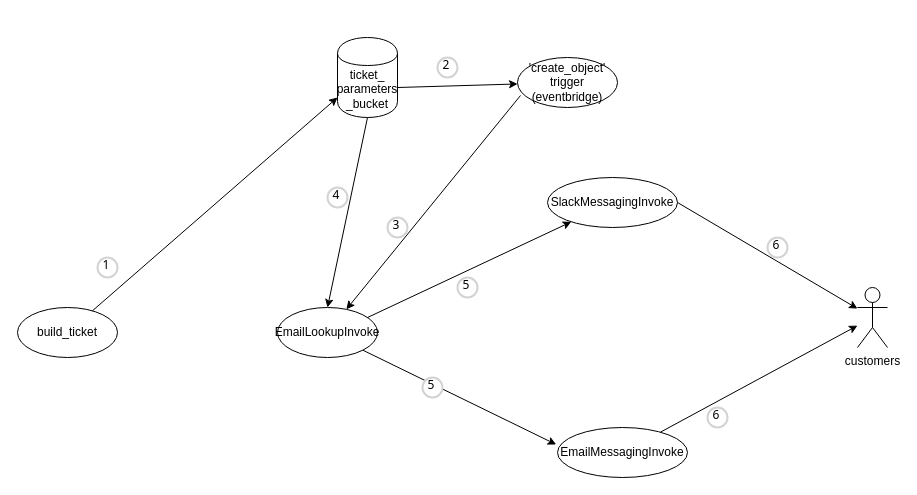
jlarry109/cdk keeps this draw.io diagram as long_running_pod_messaging_data_flow_diagram.drawio. Above is the earlier version. Source tidied: cells renumbered, new cells numbered last; positions are measured from the earlier drawing's top-left corner, leaving out a move shared by most shapes. Both pictures are drawn from the tidied source at 100%, with x=0, y=0 at pixel (17, 37).
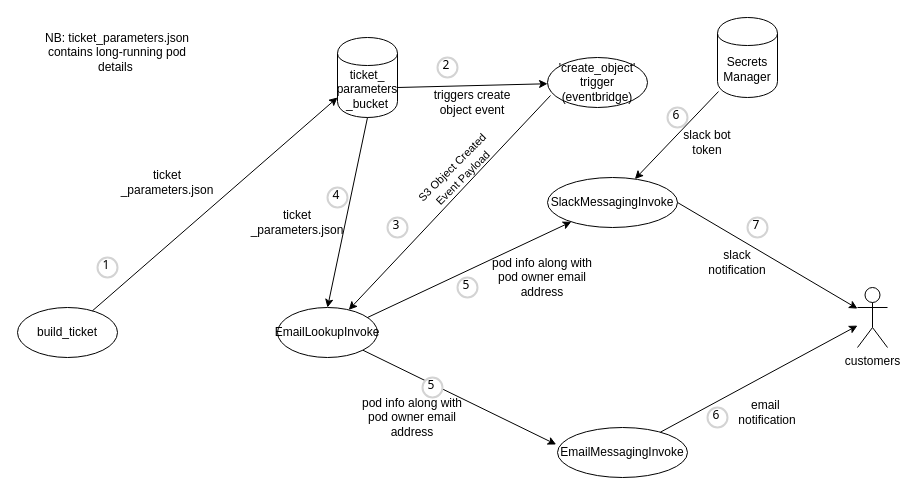
After the change.

Unchanged cells that the change refers to:
```xml
<mxCell id="6" value="SlackMessagingInvoke" style="shape=ellipse;html=1;dashed=0;whiteSpace=wrap;perimeter=ellipsePerimeter;" parent="1" vertex="1">
  <mxGeometry x="530" y="140" width="130" height="50" as="geometry" />
</mxCell>
```

Change to the diagram source:
```diff
@@
     <mxCell id="3" value="'create_object'&lt;div&gt;trigger&lt;/div&gt;&lt;div&gt;(eventbridge)&lt;/div&gt;" style="shape=ellipse;html=1;dashed=0;whiteSpace=wrap;perimeter=ellipsePerimeter;" parent="1" vertex="1">
-      <mxGeometry x="500" y="20" width="100" height="50" as="geometry" />
+      <mxGeometry x="530" y="20" width="100" height="50" as="geometry" />
     </mxCell>
@@
     <mxCell id="23" value="6" style="ellipse;whiteSpace=wrap;html=1;strokeWidth=2;fontFamily=Tahoma;spacingBottom=4;spacingRight=2;strokeColor=#d3d3d3;" parent="1" vertex="1">
-      <mxGeometry x="750" y="200" width="20" height="20" as="geometry" />
+      <mxGeometry x="650" y="70" width="20" height="20" as="geometry" />
     </mxCell>
@@
+    <mxCell id="25" value="ticket&lt;br&gt;_parameters.json" style="text;html=1;align=center;verticalAlign=middle;whiteSpace=wrap;rounded=0;" parent="1" vertex="1">
+      <mxGeometry x="120" y="130" width="60" height="30" as="geometry" />
+    </mxCell>
+    <mxCell id="26" value="ticket&lt;br&gt;_parameters.json" style="text;html=1;align=center;verticalAlign=middle;whiteSpace=wrap;rounded=0;" parent="1" vertex="1">
+      <mxGeometry x="250" y="170" width="60" height="30" as="geometry" />
+    </mxCell>
+    <mxCell id="27" value="Secrets&lt;div&gt;Manager&lt;/div&gt;" style="shape=cylinder;whiteSpace=wrap;html=1;boundedLbl=1;backgroundOutline=1;" parent="1" vertex="1">
+      <mxGeometry x="700" y="-20" width="60" height="80" as="geometry" />
+    </mxCell>
+    <mxCell id="28" style="endArrow=classic;html=1;rounded=0;exitX=0.017;exitY=0.925;exitDx=0;exitDy=0;exitPerimeter=0;" parent="1" edge="1" source="27" target="6">
+      <mxGeometry relative="1" as="geometry" />
+    </mxCell>
+    <mxCell id="29" value="7" style="ellipse;whiteSpace=wrap;html=1;strokeWidth=2;fontFamily=Tahoma;spacingBottom=4;spacingRight=2;strokeColor=#d3d3d3;" parent="1" vertex="1">
+      <mxGeometry x="730" y="180" width="20" height="20" as="geometry" />
+    </mxCell>
+    <mxCell id="30" value="NB: ticket_parameters.json contains long-running pod details&amp;nbsp;" style="text;html=1;align=center;verticalAlign=middle;whiteSpace=wrap;rounded=0;" parent="1" vertex="1">
+      <mxGeometry x="10" y="-10" width="180" height="50" as="geometry" />
+    </mxCell>
+    <mxCell id="31" value="&lt;font style=&quot;font-size: 11px;&quot;&gt;S3 Object Created Event Payload&lt;/font&gt;" style="text;html=1;align=center;verticalAlign=middle;whiteSpace=wrap;rounded=0;rotation=-45;" parent="1" vertex="1">
+      <mxGeometry x="380" y="120" width="120" height="30" as="geometry" />
+    </mxCell>
+    <mxCell id="32" value="pod info along with pod owner email address" style="text;html=1;align=center;verticalAlign=middle;whiteSpace=wrap;rounded=0;" parent="1" vertex="1">
+      <mxGeometry x="470" y="220" width="110" height="40" as="geometry" />
+    </mxCell>
+    <mxCell id="33" value="pod info along with pod owner email address" style="text;html=1;align=center;verticalAlign=middle;whiteSpace=wrap;rounded=0;" parent="1" vertex="1">
+      <mxGeometry x="340" y="360" width="110" height="40" as="geometry" />
+    </mxCell>
+    <mxCell id="34" value="slack bot token" style="text;html=1;align=center;verticalAlign=middle;whiteSpace=wrap;rounded=0;" parent="1" vertex="1">
+      <mxGeometry x="660" y="90" width="60" height="30" as="geometry" />
+    </mxCell>
+    <mxCell id="35" value="slack notification" style="text;html=1;align=center;verticalAlign=middle;whiteSpace=wrap;rounded=0;" parent="1" vertex="1">
+      <mxGeometry x="690" y="210" width="60" height="30" as="geometry" />
+    </mxCell>
+    <mxCell id="36" value="email&amp;nbsp;&lt;div&gt;notification&lt;/div&gt;" style="text;html=1;align=center;verticalAlign=middle;whiteSpace=wrap;rounded=0;" parent="1" vertex="1">
+      <mxGeometry x="720" y="360" width="60" height="30" as="geometry" />
+    </mxCell>
+    <mxCell id="37" value="triggers create object event" style="text;html=1;align=center;verticalAlign=middle;whiteSpace=wrap;rounded=0;" parent="1" vertex="1">
+      <mxGeometry x="410" y="50" width="90" height="30" as="geometry" />
+    </mxCell>
```
